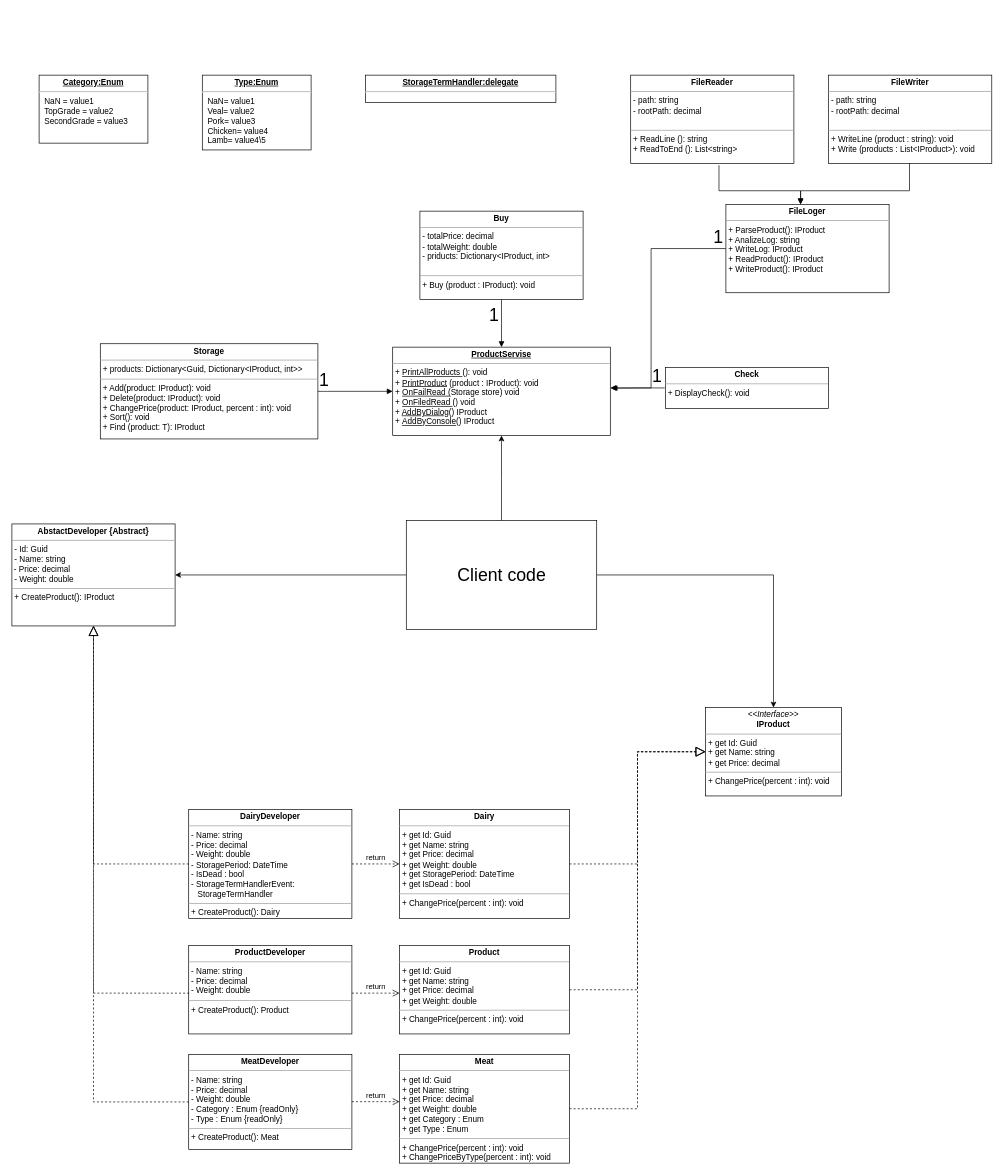
Before: Task11/Untitled Diagram.drawio in senivlm/SigmaHW-1, a draw.io diagram. Source tidied: cells renumbered, new cells numbered last; positions are measured from the earlier drawing's top-left corner, leaving out a move shared by most shapes. Both pictures are drawn from the tidied source at 68%, with x=0, y=0 at pixel (12, 75).
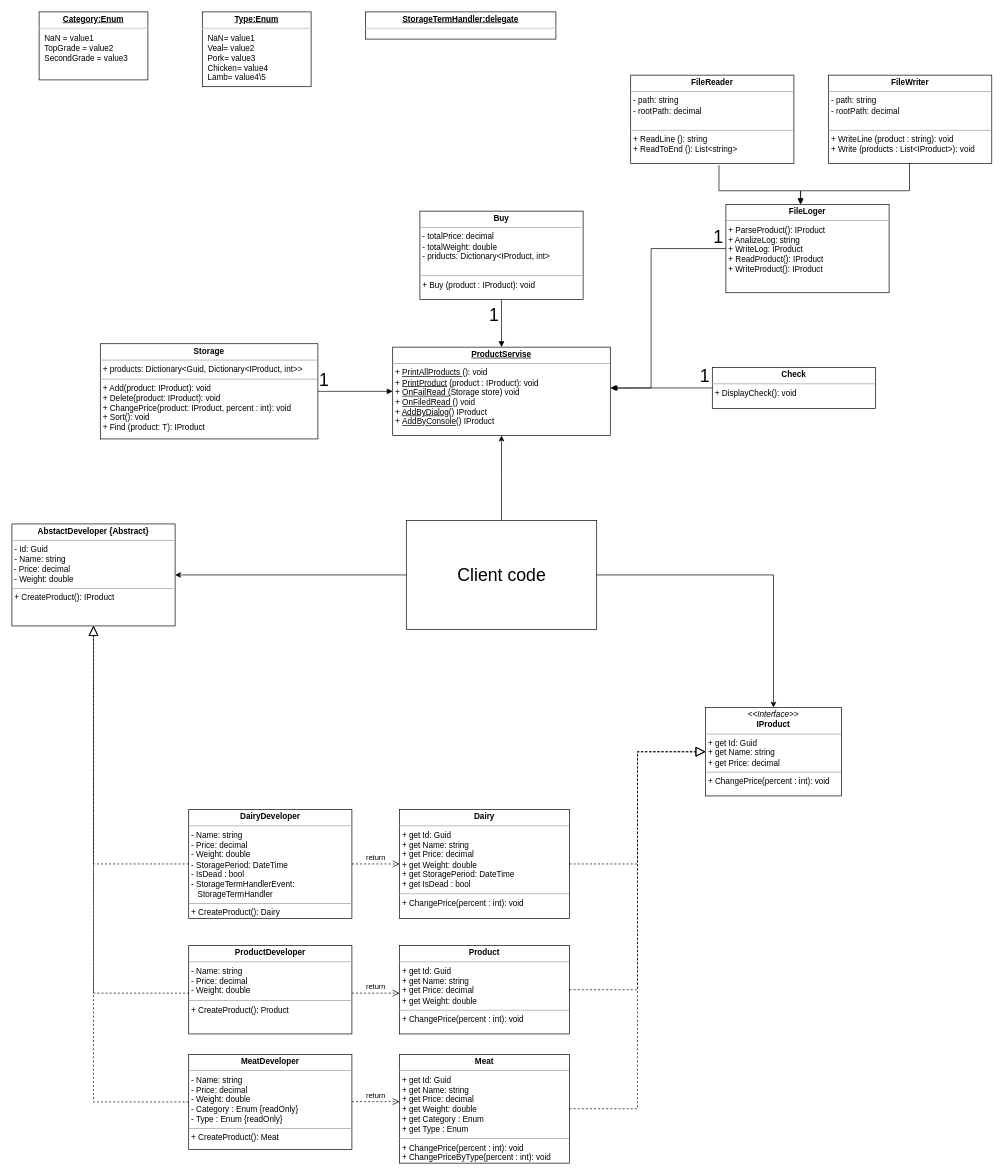
After the change.

The change refers to these unchanged cells:
```xml
<mxCell id="24" value="&lt;p style=&quot;margin:0px;margin-top:4px;text-align:center;&quot;&gt;&lt;b&gt;&lt;u&gt;ProductServise&lt;/u&gt;&lt;/b&gt;&lt;/p&gt;&lt;hr size=&quot;1&quot;&gt;&lt;p style=&quot;margin:0px;margin-left:4px;&quot;&gt;+ &lt;u&gt;PrintAllProducts &lt;/u&gt;(): void&lt;br&gt;&lt;/p&gt;&lt;p style=&quot;margin:0px;margin-left:4px;&quot;&gt;+ &lt;u&gt;PrintProduct&lt;/u&gt; (product : IProduct): void&lt;br&gt;&lt;/p&gt;&lt;p style=&quot;margin:0px;margin-left:4px;&quot;&gt;+&amp;nbsp;&lt;u&gt;OnFailRead (&lt;/u&gt;Storage store) void&lt;/p&gt;&lt;p style=&quot;margin:0px;margin-left:4px;&quot;&gt;+ &lt;u&gt;OnFiledRead &lt;/u&gt;() void&lt;/p&gt;&lt;p style=&quot;margin:0px;margin-left:4px;&quot;&gt;+ &lt;u&gt;AddByDialog&lt;/u&gt;() IProduct&lt;br&gt;&lt;/p&gt;&lt;p style=&quot;margin:0px;margin-left:4px;&quot;&gt;+&amp;nbsp;&lt;u&gt;AddByConsole&lt;/u&gt;() IProduct&lt;br&gt;&lt;/p&gt;" style="verticalAlign=top;align=left;overflow=fill;fontSize=12;fontFamily=Helvetica;html=1;" parent="1" vertex="1">
  <mxGeometry x="560" y="400" width="320" height="130" as="geometry" />
</mxCell>
```

Change to the diagram source:
```diff
@@
     <mxCell id="27" value="&lt;p style=&quot;margin:0px;margin-top:4px;text-align:center;text-decoration:underline;&quot;&gt;&lt;b&gt;Category:Enum&lt;/b&gt;&lt;/p&gt;&lt;hr&gt;&lt;p style=&quot;margin:0px;margin-left:8px;&quot;&gt;NaN = value1&lt;br&gt;TopGrade = value2&lt;br&gt;SecondGrade = value3&lt;/p&gt;" style="verticalAlign=top;align=left;overflow=fill;fontSize=12;fontFamily=Helvetica;html=1;" parent="1" vertex="1">
-      <mxGeometry x="40" width="160" height="100" as="geometry" />
+      <mxGeometry x="40" y="-93" width="160" height="100" as="geometry" />
     </mxCell>
     <mxCell id="28" value="&lt;p style=&quot;margin:0px;margin-top:4px;text-align:center;text-decoration:underline;&quot;&gt;&lt;b&gt;Type:Enum&lt;/b&gt;&lt;/p&gt;&lt;hr&gt;&lt;p style=&quot;margin:0px;margin-left:8px;&quot;&gt;NaN= value1&lt;br&gt;Veal= value2&lt;br&gt;Pork= value3&lt;/p&gt;&lt;p style=&quot;margin:0px;margin-left:8px;&quot;&gt;Chicken= value4&lt;br&gt;&lt;/p&gt;&lt;p style=&quot;margin:0px;margin-left:8px;&quot;&gt;Lamb= value4\5&lt;br&gt;&lt;/p&gt;" style="verticalAlign=top;align=left;overflow=fill;fontSize=12;fontFamily=Helvetica;html=1;" parent="1" vertex="1">
-      <mxGeometry x="280" width="160" height="110" as="geometry" />
+      <mxGeometry x="280" y="-93" width="160" height="110" as="geometry" />
     </mxCell>
     <mxCell id="29" value="&lt;p style=&quot;margin:0px;margin-top:4px;text-align:center;text-decoration:underline;&quot;&gt;&lt;b&gt;StorageTermHandler:delegate&lt;/b&gt;&lt;/p&gt;&lt;hr&gt;&lt;p style=&quot;margin:0px;margin-left:8px;&quot;&gt;&lt;br&gt;&lt;/p&gt;" style="verticalAlign=top;align=left;overflow=fill;fontSize=12;fontFamily=Helvetica;html=1;" parent="1" vertex="1">
-      <mxGeometry x="520" width="280" height="40" as="geometry" />
+      <mxGeometry x="520" y="-93" width="280" height="40" as="geometry" />
     </mxCell>
@@
     <mxCell id="33" value="&lt;p style=&quot;margin:0px;margin-top:4px;text-align:center;&quot;&gt;&lt;b&gt;Check&lt;/b&gt;&lt;/p&gt;&lt;hr size=&quot;1&quot;&gt;&lt;p style=&quot;margin:0px;margin-left:4px;&quot;&gt;+ DisplayCheck(): void&lt;/p&gt;" style="verticalAlign=top;align=left;overflow=fill;fontSize=12;fontFamily=Helvetica;html=1;" parent="1" vertex="1">
-      <mxGeometry x="961" y="430" width="240" height="60" as="geometry" />
+      <mxGeometry x="1030" y="430" width="240" height="60" as="geometry" />
     </mxCell>
@@
-    <mxCell id="37" style="endArrow=block;endFill=1;html=1;edgeStyle=orthogonalEdgeStyle;align=left;verticalAlign=top;rounded=0;fontSize=26;entryX=1.006;entryY=0.464;entryDx=0;entryDy=0;entryPerimeter=0;" parent="1" edge="1" target="24">
+    <mxCell id="37" style="endArrow=block;endFill=1;html=1;edgeStyle=orthogonalEdgeStyle;align=left;verticalAlign=top;rounded=0;fontSize=26;entryX=1.006;entryY=0.464;entryDx=0;entryDy=0;entryPerimeter=0;exitX=0;exitY=0.5;exitDx=0;exitDy=0;" parent="1" edge="1" source="33" target="24">
       <mxGeometry x="-1" relative="1" as="geometry">
-        <mxPoint x="960" y="460" as="sourcePoint" />
         <Array as="points">
           <mxPoint x="930" y="460" />
         </Array>
       </mxGeometry>
     </mxCell>
```
